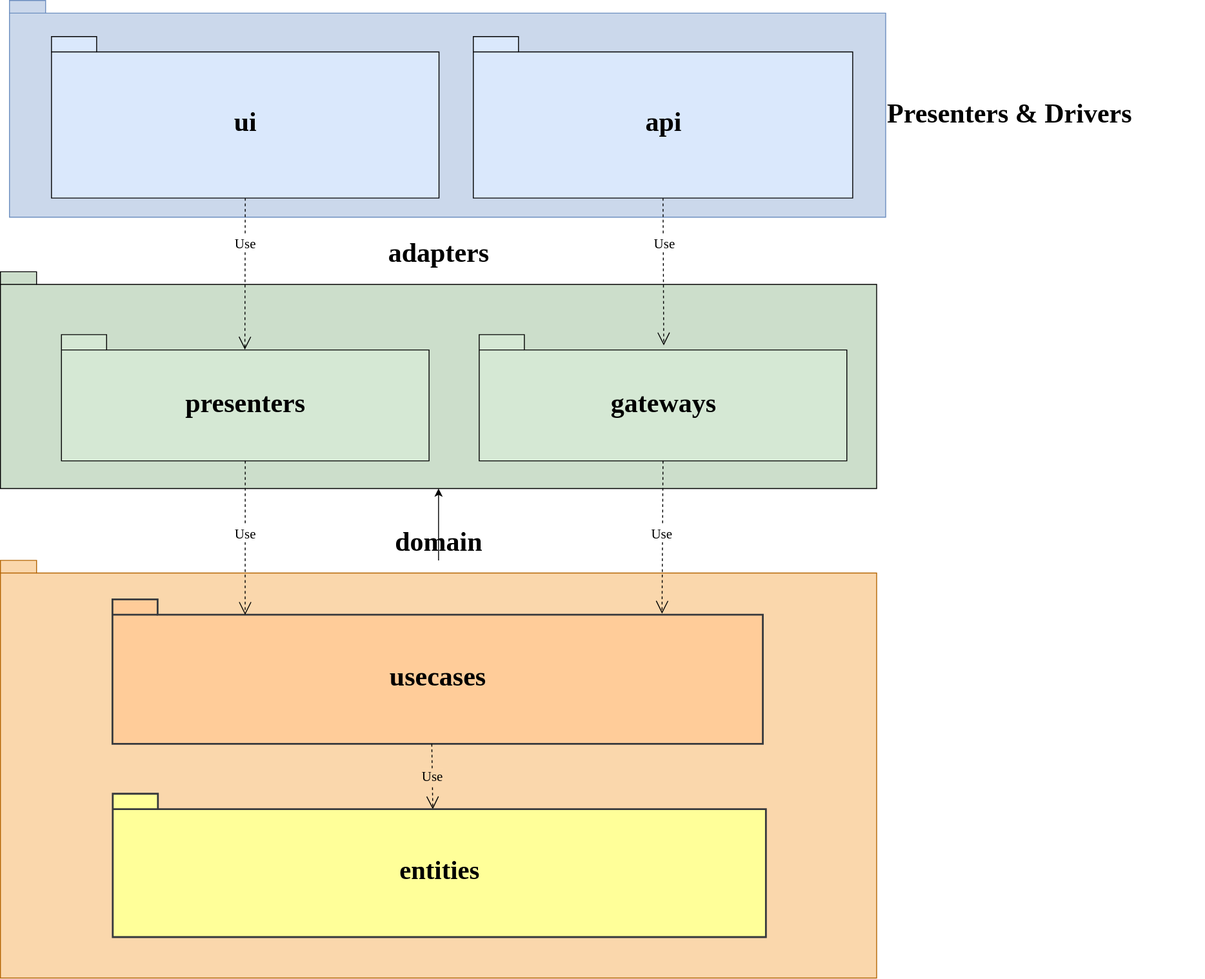
The draw.io diagram deck/ru/diagrams/caLayers.svg in AlexanderLapygin/ca-react-rest-api-starter, before a commit. Source tidied: cells renumbered, new cells last; positions are measured from the earlier drawing's top-left corner, leaving out a move shared by most shapes.
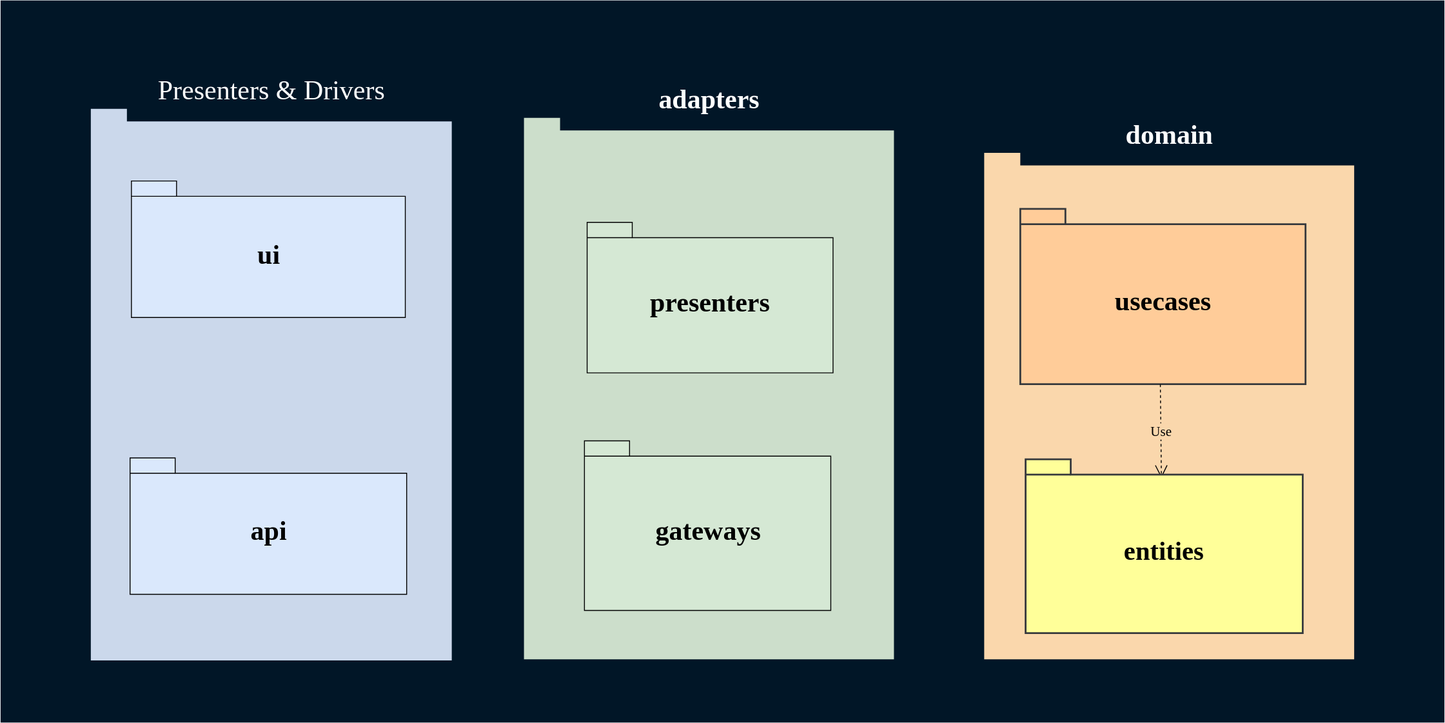
Above is the later version.

The edit, as a diff of the source:
```diff
@@ -2,59 +2,53 @@
   <root>
     <mxCell id="0" />
     <mxCell id="1" parent="0" />
-    <mxCell id="2" value="&lt;font style=&quot;font-size: 30px&quot;&gt;Presenters &amp;amp; Drivers&lt;/font&gt;" style="shape=folder;fontStyle=1;spacingTop=10;tabWidth=40;tabHeight=14;tabPosition=left;html=1;fontSize=15;labelPosition=right;verticalLabelPosition=middle;align=left;verticalAlign=middle;fontFamily=Verdana;fillColor=#CBD8EB;strokeColor=#6c8ebf;" parent="1" vertex="1">
-      <mxGeometry x="10" width="970" height="240" as="geometry" />
-    </mxCell>
-    <mxCell id="3" style="group;strokeColor=none;fillColor=#ffffff;labelPosition=center;verticalLabelPosition=top;align=center;verticalAlign=bottom;" parent="1" vertex="1">
-      <mxGeometry y="620" width="970" height="462.5" as="geometry" />
-    </mxCell>
+    <mxCell id="20" style="rounded=0;whiteSpace=wrap;html=1;fillColor=#011627;fontSize=30;fontColor=#FFFFFF;strokeColor=none;" parent="1" vertex="1">
+      <mxGeometry x="-150" y="80" width="1600" height="800" as="geometry" />
+    </mxCell>
+    <mxCell id="21" style="group;strokeColor=none;fillColor=none;labelPosition=center;verticalLabelPosition=top;align=center;verticalAlign=bottom;fontColor=#FFFFFF;" parent="1" vertex="1">
+      <mxGeometry x="850" y="248.8" width="500" height="561.2" as="geometry" />
+    </mxCell>
-    <mxCell id="4" value="&lt;font style=&quot;font-size: 30px&quot;&gt;domain&lt;br&gt;&lt;/font&gt;" style="shape=folder;fontStyle=1;spacingTop=10;tabWidth=40;tabHeight=14;tabPosition=left;html=1;fontSize=15;labelPosition=center;verticalLabelPosition=top;align=center;verticalAlign=bottom;fontFamily=Verdana;fillColor=#fad7ac;strokeColor=#b46504;" parent="3" vertex="1">
-      <mxGeometry width="970" height="462.5" as="geometry" />
+    <mxCell id="4" value="&lt;font style=&quot;font-size: 30px&quot;&gt;domain&lt;br&gt;&lt;/font&gt;" style="shape=folder;fontStyle=1;spacingTop=10;tabWidth=40;tabHeight=14;tabPosition=left;html=1;fontSize=15;labelPosition=center;verticalLabelPosition=top;align=center;verticalAlign=bottom;fontFamily=Verdana;fillColor=#fad7ac;strokeColor=none;fontColor=#FFFFFF;" parent="21" vertex="1">
+      <mxGeometry x="90" width="410" height="561.2" as="geometry" />
     </mxCell>
-    <mxCell id="5" value="&lt;font style=&quot;font-size: 30px&quot;&gt;usecases&lt;/font&gt;" style="shape=folder;fontStyle=1;spacingTop=10;tabWidth=50;tabHeight=17;tabPosition=left;html=1;rounded=0;shadow=0;comic=0;labelBackgroundColor=none;strokeWidth=2;fontFamily=Verdana;fontSize=12;align=center;labelPosition=center;verticalLabelPosition=middle;verticalAlign=middle;fillColor=#ffcc99;strokeColor=#36393d;" parent="3" vertex="1">
-      <mxGeometry x="124" y="43.1" width="720" height="160" as="geometry" />
+    <mxCell id="5" value="&lt;font style=&quot;font-size: 30px&quot;&gt;usecases&lt;/font&gt;" style="shape=folder;fontStyle=1;spacingTop=10;tabWidth=50;tabHeight=17;tabPosition=left;html=1;rounded=0;shadow=0;comic=0;labelBackgroundColor=none;strokeWidth=2;fontFamily=Verdana;fontSize=12;align=center;labelPosition=center;verticalLabelPosition=middle;verticalAlign=middle;fillColor=#ffcc99;strokeColor=#36393d;" parent="21" vertex="1">
+      <mxGeometry x="130" y="62.2" width="316.1" height="194.2" as="geometry" />
     </mxCell>
-    <mxCell id="6" value="Use" style="endArrow=open;endSize=12;dashed=1;html=1;fontFamily=Verdana;fontSize=15;entryX=0.49;entryY=0.108;entryDx=0;entryDy=0;entryPerimeter=0;exitX=0.491;exitY=1.001;exitDx=0;exitDy=0;exitPerimeter=0;labelBackgroundColor=#FAD7AC;" parent="3" edge="1" source="5" target="8">
+    <mxCell id="6" value="Use" style="endArrow=open;endSize=12;dashed=1;html=1;fontFamily=Verdana;fontSize=15;entryX=0.49;entryY=0.108;entryDx=0;entryDy=0;entryPerimeter=0;exitX=0.491;exitY=1.001;exitDx=0;exitDy=0;exitPerimeter=0;labelBackgroundColor=#FAD7AC;" parent="21" edge="1" source="5" target="8">
       <mxGeometry relative="1" as="geometry" />
     </mxCell>
-    <mxCell id="7" style="group;fontSize=13;labelPosition=center;verticalLabelPosition=middle;align=center;verticalAlign=middle;fillColor=none;strokeColor=none;strokeWidth=2;" parent="3" vertex="1">
-      <mxGeometry x="228.4" y="246.7" width="706.4" height="182.1" as="geometry" />
-    </mxCell>
+    <mxCell id="22" style="group;fontSize=13;labelPosition=center;verticalLabelPosition=middle;align=center;verticalAlign=middle;fillColor=none;strokeColor=none;strokeWidth=2;" parent="21" vertex="1">
+      <mxGeometry x="180.1" y="325.4" width="300" height="220.9" as="geometry" />
+    </mxCell>
-    <mxCell id="8" value="&lt;font style=&quot;font-size: 29px&quot;&gt;entities&lt;/font&gt;" style="shape=folder;fontStyle=1;spacingTop=10;tabWidth=50;tabHeight=17;tabPosition=left;html=1;rounded=0;shadow=0;comic=0;labelBackgroundColor=none;strokeWidth=2;fontFamily=Verdana;fontSize=10;align=center;labelPosition=center;verticalLabelPosition=middle;verticalAlign=middle;fillColor=#FFFF99;strokeColor=#36393d;" parent="7" vertex="1">
-      <mxGeometry x="-104.1" y="11.7" width="723.1" height="158.7" as="geometry" />
+    <mxCell id="8" value="&lt;font style=&quot;font-size: 29px&quot;&gt;entities&lt;/font&gt;" style="shape=folder;fontStyle=1;spacingTop=10;tabWidth=50;tabHeight=17;tabPosition=left;html=1;rounded=0;shadow=0;comic=0;labelBackgroundColor=none;strokeWidth=2;fontFamily=Verdana;fontSize=10;align=center;labelPosition=center;verticalLabelPosition=middle;verticalAlign=middle;fillColor=#FFFF99;strokeColor=#36393d;" parent="22" vertex="1">
+      <mxGeometry x="-44.2" y="14.2" width="307.1" height="192.6" as="geometry" />
     </mxCell>
+    <mxCell id="23" style="group;" parent="1" vertex="1">
+      <mxGeometry x="430" y="210" width="780" height="600" as="geometry" />
+    </mxCell>
-    <mxCell id="9" value="&lt;font style=&quot;font-size: 30px&quot;&gt;adapters&lt;/font&gt;" style="shape=folder;fontStyle=1;spacingTop=10;tabWidth=40;tabHeight=14;tabPosition=left;html=1;fontSize=15;labelPosition=center;verticalLabelPosition=top;align=center;verticalAlign=bottom;fontFamily=Verdana;fillColor=#CCDECB;strokeColor=#000000;" parent="1" vertex="1">
-      <mxGeometry y="300.4" width="970" height="240" as="geometry" />
+    <mxCell id="9" value="&lt;font style=&quot;font-size: 30px&quot;&gt;adapters&lt;/font&gt;" style="shape=folder;fontStyle=1;spacingTop=10;tabWidth=40;tabHeight=14;tabPosition=left;html=1;fontSize=15;labelPosition=center;verticalLabelPosition=top;align=center;verticalAlign=bottom;fontFamily=Verdana;fillColor=#CCDECB;strokeColor=none;fontColor=#FFFFFF;" parent="23" vertex="1">
+      <mxGeometry width="410" height="600" as="geometry" />
     </mxCell>
-    <mxCell id="10" value="&lt;font style=&quot;font-size: 30px&quot;&gt;presenters&lt;/font&gt;" style="shape=folder;fontStyle=1;spacingTop=10;tabWidth=50;tabHeight=17;tabPosition=left;html=1;rounded=0;shadow=0;comic=0;labelBackgroundColor=none;strokeWidth=1;fontFamily=Verdana;fontSize=10;align=center;labelPosition=center;verticalLabelPosition=middle;verticalAlign=middle;fillColor=#d5e8d4;strokeColor=#000000;" parent="1" vertex="1">
-      <mxGeometry x="67.5" y="370" width="407" height="139.8" as="geometry" />
+    <mxCell id="10" value="&lt;font style=&quot;font-size: 30px&quot;&gt;presenters&lt;/font&gt;" style="shape=folder;fontStyle=1;spacingTop=10;tabWidth=50;tabHeight=17;tabPosition=left;html=1;rounded=0;shadow=0;comic=0;labelBackgroundColor=none;strokeWidth=1;fontFamily=Verdana;fontSize=10;align=center;labelPosition=center;verticalLabelPosition=middle;verticalAlign=middle;fillColor=#d5e8d4;strokeColor=#000000;" parent="23" vertex="1">
+      <mxGeometry x="70" y="115.8" width="272.5" height="166.8" as="geometry" />
     </mxCell>
-    <mxCell id="11" style="group;fillColor=none;strokeColor=none;" parent="1" vertex="1">
-      <mxGeometry x="530" y="370" width="407" height="139.8" as="geometry" />
-    </mxCell>
+    <mxCell id="24" style="group;fillColor=none;strokeColor=none;" parent="23" vertex="1">
+      <mxGeometry x="67" y="357.9" width="273" height="187.9" as="geometry" />
+    </mxCell>
-    <mxCell id="12" value="&lt;font style=&quot;font-size: 30px&quot;&gt;gateways&lt;/font&gt;" style="shape=folder;fontStyle=1;spacingTop=10;tabWidth=50;tabHeight=17;tabPosition=left;html=1;rounded=0;shadow=0;comic=0;labelBackgroundColor=none;strokeWidth=1;fontFamily=Verdana;fontSize=10;align=center;labelPosition=center;verticalLabelPosition=middle;verticalAlign=middle;fillColor=#d5e8d4;strokeColor=#000000;" parent="11" vertex="1">
-      <mxGeometry width="407" height="139.8" as="geometry" />
+    <mxCell id="12" value="&lt;font style=&quot;font-size: 30px&quot;&gt;gateways&lt;/font&gt;" style="shape=folder;fontStyle=1;spacingTop=10;tabWidth=50;tabHeight=17;tabPosition=left;html=1;rounded=0;shadow=0;comic=0;labelBackgroundColor=none;strokeWidth=1;fontFamily=Verdana;fontSize=10;align=center;labelPosition=center;verticalLabelPosition=middle;verticalAlign=middle;fillColor=#d5e8d4;strokeColor=#000000;" parent="24" vertex="1">
+      <mxGeometry width="273" height="187.9" as="geometry" />
     </mxCell>
+    <mxCell id="25" style="group;" parent="1" vertex="1">
+      <mxGeometry x="-50" y="200" width="400" height="611.2" as="geometry" />
+    </mxCell>
+    <mxCell id="2" value="&lt;font style=&quot;font-size: 30px&quot;&gt;Presenters &amp;amp; Drivers&lt;/font&gt;" style="shape=folder;fontStyle=0;spacingTop=10;tabWidth=40;tabHeight=14;tabPosition=left;html=1;fontSize=15;labelPosition=center;verticalLabelPosition=top;align=center;verticalAlign=bottom;fontFamily=Verdana;fillColor=#CBD8EB;strokeColor=none;fontColor=#FFFFFF;" parent="25" vertex="1">
+      <mxGeometry width="400" height="611.2" as="geometry" />
+    </mxCell>
-    <mxCell id="13" value="&lt;font style=&quot;font-size: 30px&quot;&gt;ui&lt;/font&gt;" style="shape=folder;fontStyle=1;spacingTop=10;tabWidth=50;tabHeight=17;tabPosition=left;html=1;rounded=0;shadow=0;comic=0;labelBackgroundColor=none;strokeWidth=1;fontFamily=Verdana;fontSize=18;align=center;labelPosition=center;verticalLabelPosition=middle;verticalAlign=middle;fillColor=#dae8fc;strokeColor=#000000;" parent="1" vertex="1">
-      <mxGeometry x="56.5" y="40" width="429" height="178.8" as="geometry" />
+    <mxCell id="13" value="&lt;font style=&quot;font-size: 30px&quot;&gt;ui&lt;/font&gt;" style="shape=folder;fontStyle=1;spacingTop=10;tabWidth=50;tabHeight=17;tabPosition=left;html=1;rounded=0;shadow=0;comic=0;labelBackgroundColor=none;strokeWidth=1;fontFamily=Verdana;fontSize=18;align=center;labelPosition=center;verticalLabelPosition=middle;verticalAlign=middle;fillColor=#dae8fc;strokeColor=#000000;" parent="25" vertex="1">
+      <mxGeometry x="45" y="80" width="303.5" height="151.2" as="geometry" />
     </mxCell>
-    <mxCell id="14" value="Use" style="endArrow=open;endSize=12;dashed=1;html=1;fontFamily=Verdana;fontSize=15;exitX=0.5;exitY=1;exitDx=0;exitDy=0;exitPerimeter=0;entryX=0.499;entryY=0.118;entryDx=0;entryDy=0;entryPerimeter=0;" parent="1" edge="1" source="13" target="10">
-      <mxGeometry x="-0.39" relative="1" as="geometry" />
-    </mxCell>
-    <mxCell id="15" value="Use" style="endArrow=open;endSize=12;dashed=1;html=1;fontFamily=Verdana;fontSize=15;exitX=0.5;exitY=1;exitDx=0;exitDy=0;exitPerimeter=0;entryX=0.845;entryY=0.099;entryDx=0;entryDy=0;entryPerimeter=0;" parent="1" edge="1" source="12" target="5">
-      <mxGeometry x="-0.05" y="-1" relative="1" as="geometry" />
-    </mxCell>
-    <mxCell id="16" value="Use" style="endArrow=open;endSize=12;dashed=1;html=1;fontFamily=Verdana;fontSize=15;exitX=0.5;exitY=1;exitDx=0;exitDy=0;exitPerimeter=0;entryX=0.502;entryY=0.085;entryDx=0;entryDy=0;entryPerimeter=0;" parent="1" edge="1" source="17" target="12">
-      <mxGeometry x="-0.37" y="1" relative="1" as="geometry" />
-    </mxCell>
-    <mxCell id="17" value="&lt;font style=&quot;font-size: 30px&quot;&gt;api&lt;/font&gt;" style="shape=folder;fontStyle=1;spacingTop=10;tabWidth=50;tabHeight=17;tabPosition=left;html=1;rounded=0;shadow=0;comic=0;labelBackgroundColor=none;strokeWidth=1;fontFamily=Verdana;fontSize=18;align=center;labelPosition=center;verticalLabelPosition=middle;verticalAlign=middle;fillColor=#dae8fc;strokeColor=#000000;" parent="1" vertex="1">
-      <mxGeometry x="523.5" y="40" width="420" height="178.8" as="geometry" />
+    <mxCell id="17" value="&lt;font style=&quot;font-size: 30px&quot;&gt;api&lt;/font&gt;" style="shape=folder;fontStyle=1;spacingTop=10;tabWidth=50;tabHeight=17;tabPosition=left;html=1;rounded=0;shadow=0;comic=0;labelBackgroundColor=none;strokeWidth=1;fontFamily=Verdana;fontSize=18;align=center;labelPosition=center;verticalLabelPosition=middle;verticalAlign=middle;fillColor=#dae8fc;strokeColor=#000000;" parent="25" vertex="1">
+      <mxGeometry x="43.5" y="386.8" width="306.5" height="151.2" as="geometry" />
     </mxCell>
-    <mxCell id="18" value="Use" style="endArrow=open;endSize=12;dashed=1;html=1;fontFamily=Verdana;fontSize=15;exitX=0.5;exitY=1;exitDx=0;exitDy=0;exitPerimeter=0;entryX=0.204;entryY=0.107;entryDx=0;entryDy=0;entryPerimeter=0;" parent="1" edge="1" source="10" target="5">
-      <mxGeometry x="-0.06" relative="1" as="geometry" />
-    </mxCell>
-    <mxCell id="19" style="edgeStyle=orthogonalEdgeStyle;rounded=0;jettySize=auto;html=1;" parent="1" edge="1" source="4" target="9">
-      <mxGeometry relative="1" as="geometry" />
-    </mxCell>
   </root>
 </mxGraphModel>
```
